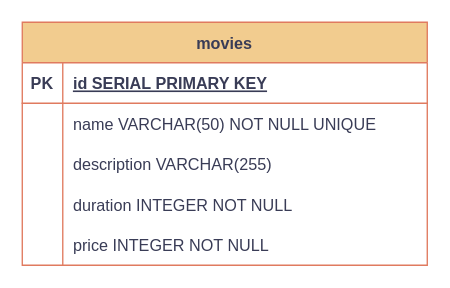
toledomg/API-movies-typeorm keeps this draw.io diagram as sql/diagrams.drawio. Above is the earlier version. Source tidied: cells renumbered, new cells numbered last; positions are measured from the earlier drawing's top-left corner, leaving out a move shared by most shapes. Both pictures are drawn from the tidied source at 135%, with x=0, y=0 at pixel (22, 22).
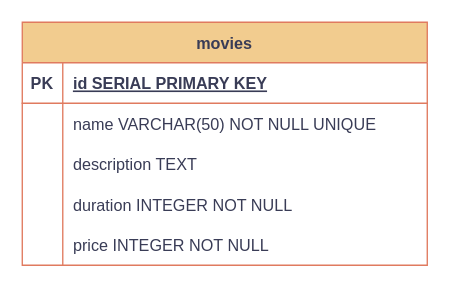
The same page after the edit.

Commit message (it also covers changes not shown here):
:bug: feat: correção rubrica .env e diagrams

Change to the diagram source:
```diff
@@
 <mxGraphModel background="#ffffff">
   <root>
     <mxCell id="0" />
     <mxCell id="1" parent="0" />
     <mxCell id="2" value="movies" style="shape=table;startSize=30;childLayout=tableLayout;rowLines=0;fontStyle=1;align=center;fillColor=#F2CC8F;strokeColor=#E07A5F;labelBackgroundColor=none;fontColor=#393C56;" parent="1" vertex="1">
       <mxGeometry width="300" height="180" as="geometry" />
     </mxCell>
     <mxCell id="3" style="shape=partialRectangle;fillColor=none;top=0;left=0;right=0;bottom=1;labelBackgroundColor=none;strokeColor=#E07A5F;fontColor=#393C56;" parent="2" vertex="1">
       <mxGeometry y="30" width="300" height="30" as="geometry" />
     </mxCell>
     <mxCell id="4" value="PK" style="shape=partialRectangle;overflow=hidden;fillColor=none;top=0;left=0;bottom=0;right=0;fontStyle=1;labelBackgroundColor=none;strokeColor=#E07A5F;fontColor=#393C56;" parent="3" vertex="1">
       <mxGeometry width="30" height="30" as="geometry" />
     </mxCell>
     <mxCell id="5" value="id SERIAL PRIMARY KEY" style="shape=partialRectangle;overflow=hidden;fillColor=none;top=0;left=0;bottom=0;right=0;align=left;spacingLeft=6;fontStyle=5;labelBackgroundColor=none;strokeColor=#E07A5F;fontColor=#393C56;" parent="3" vertex="1">
       <mxGeometry x="30" width="270" height="30" as="geometry" />
     </mxCell>
     <mxCell id="6" style="shape=partialRectangle;fillColor=none;top=0;left=0;right=0;bottom=0;labelBackgroundColor=none;strokeColor=#E07A5F;fontColor=#393C56;" parent="2" vertex="1">
       <mxGeometry y="60" width="300" height="30" as="geometry" />
     </mxCell>
     <mxCell id="7" style="shape=partialRectangle;overflow=hidden;fillColor=none;top=0;left=0;bottom=0;right=0;labelBackgroundColor=none;strokeColor=#E07A5F;fontColor=#393C56;" parent="6" vertex="1">
       <mxGeometry width="30" height="30" as="geometry" />
     </mxCell>
     <mxCell id="8" value="name VARCHAR(50) NOT NULL UNIQUE" style="shape=partialRectangle;overflow=hidden;fillColor=none;top=0;left=0;bottom=0;right=0;align=left;spacingLeft=6;labelBackgroundColor=none;strokeColor=#E07A5F;fontColor=#393C56;" parent="6" vertex="1">
       <mxGeometry x="30" width="270" height="30" as="geometry" />
     </mxCell>
     <mxCell id="9" style="shape=partialRectangle;fillColor=none;top=0;left=0;right=0;bottom=0;labelBackgroundColor=none;strokeColor=#E07A5F;fontColor=#393C56;" parent="2" vertex="1">
       <mxGeometry y="90" width="300" height="30" as="geometry" />
     </mxCell>
     <mxCell id="10" style="shape=partialRectangle;overflow=hidden;fillColor=none;top=0;left=0;bottom=0;right=0;labelBackgroundColor=none;strokeColor=#E07A5F;fontColor=#393C56;" parent="9" vertex="1">
       <mxGeometry width="30" height="30" as="geometry" />
     </mxCell>
-    <mxCell id="11" value="description VARCHAR(255) " style="shape=partialRectangle;overflow=hidden;fillColor=none;top=0;left=0;bottom=0;right=0;align=left;spacingLeft=6;labelBackgroundColor=none;strokeColor=#E07A5F;fontColor=#393C56;" parent="9" vertex="1">
+    <mxCell id="11" value="description TEXT" style="shape=partialRectangle;overflow=hidden;fillColor=none;top=0;left=0;bottom=0;right=0;align=left;spacingLeft=6;labelBackgroundColor=none;strokeColor=#E07A5F;fontColor=#393C56;" parent="9" vertex="1">
       <mxGeometry x="30" width="270" height="30" as="geometry" />
     </mxCell>
     <mxCell id="12" style="shape=partialRectangle;fillColor=none;top=0;left=0;right=0;bottom=0;labelBackgroundColor=none;strokeColor=#E07A5F;fontColor=#393C56;" parent="2" vertex="1">
       <mxGeometry y="120" width="300" height="30" as="geometry" />
     </mxCell>
     <mxCell id="13" style="shape=partialRectangle;overflow=hidden;fillColor=none;top=0;left=0;bottom=0;right=0;labelBackgroundColor=none;strokeColor=#E07A5F;fontColor=#393C56;" parent="12" vertex="1">
       <mxGeometry width="30" height="30" as="geometry" />
     </mxCell>
     <mxCell id="14" value="duration INTEGER NOT NULL" style="shape=partialRectangle;overflow=hidden;fillColor=none;top=0;left=0;bottom=0;right=0;align=left;spacingLeft=6;labelBackgroundColor=none;strokeColor=#E07A5F;fontColor=#393C56;" parent="12" vertex="1">
       <mxGeometry x="30" width="270" height="30" as="geometry" />
     </mxCell>
     <mxCell id="15" style="shape=partialRectangle;fillColor=none;top=0;left=0;right=0;bottom=0;labelBackgroundColor=none;strokeColor=#E07A5F;fontColor=#393C56;" parent="2" vertex="1">
       <mxGeometry y="150" width="300" height="30" as="geometry" />
     </mxCell>
     <mxCell id="16" style="shape=partialRectangle;overflow=hidden;fillColor=none;top=0;left=0;bottom=0;right=0;labelBackgroundColor=none;strokeColor=#E07A5F;fontColor=#393C56;" parent="15" vertex="1">
       <mxGeometry width="30" height="30" as="geometry" />
     </mxCell>
     <mxCell id="17" value="price INTEGER NOT NULL" style="shape=partialRectangle;overflow=hidden;fillColor=none;top=0;left=0;bottom=0;right=0;align=left;spacingLeft=6;labelBackgroundColor=none;strokeColor=#E07A5F;fontColor=#393C56;" parent="15" vertex="1">
       <mxGeometry x="30" width="270" height="30" as="geometry" />
     </mxCell>
   </root>
 </mxGraphModel>
```
